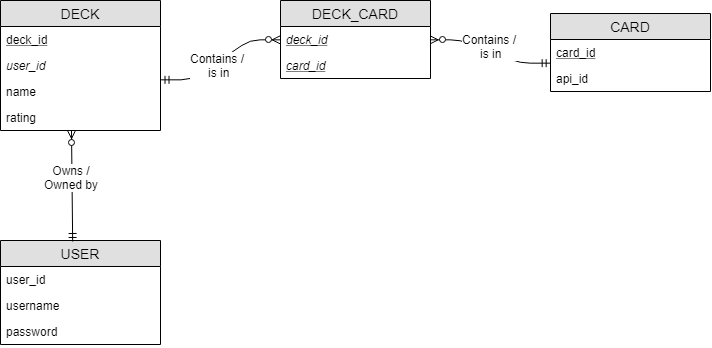
Earlier version of the draw.io export DB Scripts/schema.png (brettephillips/DatabaseAppDevelopment). Source tidied: cells renumbered, new cells last; positions are measured from the earlier drawing's top-left corner, leaving out a move shared by most shapes. The source it was exported from:
```xml
<mxGraphModel>
  <root>
    <mxCell id="0" />
    <mxCell id="1" parent="0" />
    <mxCell id="2" value="DECK" style="swimlane;fontStyle=0;horizontal=1;startSize=26;fillColor=#e0e0e0;swimlaneFillColor=#ffffff;align=center;fontSize=14;" parent="1" vertex="1">
      <mxGeometry width="160" height="130" as="geometry" />
    </mxCell>
    <mxCell id="3" value="deck_id" style="text;strokeColor=none;fillColor=none;spacingLeft=4;spacingRight=4;overflow=hidden;points=[[0,0.5],[1,0.5]];portConstraint=eastwest;fontSize=12;fontStyle=4;" parent="2" vertex="1">
      <mxGeometry y="26" width="160" height="26" as="geometry" />
    </mxCell>
    <mxCell id="4" value="user_id" style="text;strokeColor=none;fillColor=none;spacingLeft=4;spacingRight=4;overflow=hidden;points=[[0,0.5],[1,0.5]];portConstraint=eastwest;fontSize=12;fontStyle=2;" parent="2" vertex="1">
      <mxGeometry y="52" width="160" height="26" as="geometry" />
    </mxCell>
    <mxCell id="5" value="name" style="text;strokeColor=none;fillColor=none;spacingLeft=4;spacingRight=4;overflow=hidden;points=[[0,0.5],[1,0.5]];portConstraint=eastwest;fontSize=12;" parent="2" vertex="1">
      <mxGeometry y="78" width="160" height="26" as="geometry" />
    </mxCell>
    <mxCell id="6" value="rating" style="text;strokeColor=none;fillColor=none;spacingLeft=4;spacingRight=4;overflow=hidden;fontSize=12;" parent="2" vertex="1">
      <mxGeometry y="104" width="160" height="26" as="geometry" />
    </mxCell>
    <mxCell id="7" value="CARD" style="swimlane;fontStyle=0;horizontal=1;startSize=26;fillColor=#e0e0e0;swimlaneFillColor=#ffffff;align=center;fontSize=14;" parent="1" vertex="1">
      <mxGeometry x="550" y="13" width="160" height="78" as="geometry" />
    </mxCell>
    <mxCell id="8" value="card_id" style="text;strokeColor=none;fillColor=none;spacingLeft=4;spacingRight=4;overflow=hidden;points=[[0,0.5],[1,0.5]];portConstraint=eastwest;fontSize=12;fontStyle=4;" parent="7" vertex="1">
      <mxGeometry y="26" width="160" height="26" as="geometry" />
    </mxCell>
    <mxCell id="9" value="api_id" style="text;strokeColor=none;fillColor=none;spacingLeft=4;spacingRight=4;overflow=hidden;fontSize=12;" parent="7" vertex="1">
      <mxGeometry y="52" width="160" height="26" as="geometry" />
    </mxCell>
    <mxCell id="10" style="edgeStyle=entityRelationEdgeStyle;fontSize=12;html=1;endArrow=ERzeroToMany;endFill=1;startArrow=ERmandOne;startFill=0;exitX=1.001;exitY=0.064;exitDx=0;exitDy=0;exitPerimeter=0;entryX=0;entryY=0.5;entryDx=0;entryDy=0;" parent="1" edge="1" source="5" target="13">
      <mxGeometry relative="1" as="geometry" />
    </mxCell>
    <mxCell id="11" value="Contains /&amp;nbsp;&lt;br&gt;is in&lt;br&gt;" style="text;html=1;align=center;verticalAlign=middle;labelBackgroundColor=#ffffff;" parent="10" vertex="1">
      <mxGeometry x="-0.02" y="1" relative="1" as="geometry">
        <mxPoint y="5" as="offset" />
      </mxGeometry>
    </mxCell>
    <mxCell id="12" value="DECK_CARD" style="swimlane;fontStyle=0;horizontal=1;startSize=26;fillColor=#e0e0e0;swimlaneFillColor=#ffffff;align=center;fontSize=14;" parent="1" vertex="1">
      <mxGeometry x="280" width="150" height="78" as="geometry" />
    </mxCell>
    <mxCell id="13" value="deck_id" style="text;strokeColor=none;fillColor=none;spacingLeft=4;spacingRight=4;overflow=hidden;points=[[0,0.5],[1,0.5]];portConstraint=eastwest;fontSize=12;fontStyle=6;" parent="12" vertex="1">
      <mxGeometry y="26" width="150" height="26" as="geometry" />
    </mxCell>
    <mxCell id="14" value="card_id" style="text;strokeColor=none;fillColor=none;spacingLeft=4;spacingRight=4;overflow=hidden;fontSize=12;fontStyle=6;" parent="12" vertex="1">
      <mxGeometry y="52" width="150" height="26" as="geometry" />
    </mxCell>
    <mxCell id="15" value="USER" style="swimlane;fontStyle=0;horizontal=1;startSize=26;fillColor=#e0e0e0;swimlaneFillColor=#ffffff;align=center;fontSize=14;" parent="1" vertex="1">
      <mxGeometry y="240" width="160" height="104" as="geometry" />
    </mxCell>
    <mxCell id="16" value="user_id" style="text;strokeColor=none;fillColor=none;spacingLeft=4;spacingRight=4;overflow=hidden;points=[[0,0.5],[1,0.5]];portConstraint=eastwest;fontSize=12;" parent="15" vertex="1">
      <mxGeometry y="26" width="160" height="26" as="geometry" />
    </mxCell>
    <mxCell id="17" value="username" style="text;strokeColor=none;fillColor=none;spacingLeft=4;spacingRight=4;overflow=hidden;fontSize=12;" parent="15" vertex="1">
      <mxGeometry y="52" width="160" height="26" as="geometry" />
    </mxCell>
    <mxCell id="18" value="password" style="text;strokeColor=none;fillColor=none;spacingLeft=4;spacingRight=4;overflow=hidden;fontSize=12;" parent="15" vertex="1">
      <mxGeometry y="78" width="160" height="26" as="geometry" />
    </mxCell>
    <mxCell id="19" style="endArrow=ERzeroToMany;html=1;exitX=0.45;exitY=0.01;exitDx=0;exitDy=0;exitPerimeter=0;endFill=1;startArrow=ERmandOne;startFill=0;" parent="1" edge="1" source="15">
      <mxGeometry relative="1" as="geometry">
        <mxPoint x="71" y="130" as="targetPoint" />
      </mxGeometry>
    </mxCell>
    <mxCell id="20" value="Owns /&lt;br&gt;Owned by&lt;br&gt;" style="text;html=1;align=center;verticalAlign=middle;labelBackgroundColor=#ffffff;" parent="19" vertex="1">
      <mxGeometry x="0.17" y="1" relative="1" as="geometry" />
    </mxCell>
    <mxCell id="21" style="edgeStyle=entityRelationEdgeStyle;fontSize=12;html=1;endArrow=ERmandOne;startArrow=ERzeroToMany;entryX=-0.001;entryY=0.904;entryDx=0;entryDy=0;entryPerimeter=0;exitX=1;exitY=0.5;exitDx=0;exitDy=0;startFill=1;" parent="1" edge="1" source="13" target="8">
      <mxGeometry relative="1" as="geometry" />
    </mxCell>
    <mxCell id="22" value="Contains /&amp;nbsp;&lt;br&gt;is in&lt;br&gt;" style="text;html=1;align=center;verticalAlign=middle;labelBackgroundColor=#ffffff;" parent="21" vertex="1">
      <mxGeometry x="-0.21" y="2" relative="1" as="geometry">
        <mxPoint x="12.5" y="0.5" as="offset" />
      </mxGeometry>
    </mxCell>
  </root>
</mxGraphModel>
```
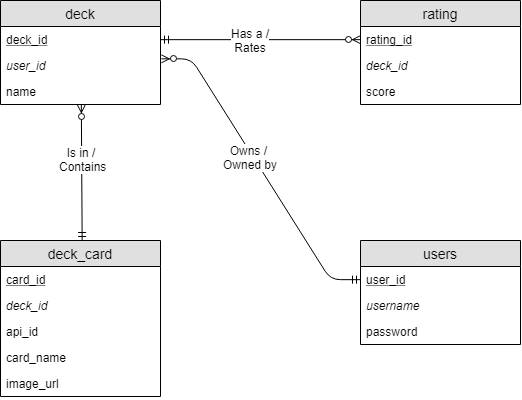
After the commit.

Commit message:
updated schema ERD

What changed in the source:
```diff
@@ -2,74 +2,77 @@
   <root>
     <mxCell id="0" />
     <mxCell id="1" parent="0" />
-    <mxCell id="2" value="DECK" style="swimlane;fontStyle=0;horizontal=1;startSize=26;fillColor=#e0e0e0;swimlaneFillColor=#ffffff;align=center;fontSize=14;" parent="1" vertex="1">
-      <mxGeometry width="160" height="130" as="geometry" />
-    </mxCell>
+    <mxCell id="23" value="deck" style="swimlane;fontStyle=0;horizontal=1;startSize=26;fillColor=#e0e0e0;swimlaneFillColor=#ffffff;align=center;fontSize=14;" parent="1" vertex="1">
+      <mxGeometry x="-10" y="-66" width="160" height="104" as="geometry" />
+    </mxCell>
-    <mxCell id="3" value="deck_id" style="text;strokeColor=none;fillColor=none;spacingLeft=4;spacingRight=4;overflow=hidden;points=[[0,0.5],[1,0.5]];portConstraint=eastwest;fontSize=12;fontStyle=4;" parent="2" vertex="1">
+    <mxCell id="3" value="deck_id" style="text;strokeColor=none;fillColor=none;spacingLeft=4;spacingRight=4;overflow=hidden;points=[[0,0.5],[1,0.5]];portConstraint=eastwest;fontSize=12;fontStyle=4;" parent="23" vertex="1">
       <mxGeometry y="26" width="160" height="26" as="geometry" />
     </mxCell>
-    <mxCell id="4" value="user_id" style="text;strokeColor=none;fillColor=none;spacingLeft=4;spacingRight=4;overflow=hidden;points=[[0,0.5],[1,0.5]];portConstraint=eastwest;fontSize=12;fontStyle=2;" parent="2" vertex="1">
+    <mxCell id="4" value="user_id" style="text;strokeColor=none;fillColor=none;spacingLeft=4;spacingRight=4;overflow=hidden;points=[[0,0.5],[1,0.5]];portConstraint=eastwest;fontSize=12;fontStyle=2;" parent="23" vertex="1">
       <mxGeometry y="52" width="160" height="26" as="geometry" />
     </mxCell>
-    <mxCell id="5" value="name" style="text;strokeColor=none;fillColor=none;spacingLeft=4;spacingRight=4;overflow=hidden;points=[[0,0.5],[1,0.5]];portConstraint=eastwest;fontSize=12;" parent="2" vertex="1">
+    <mxCell id="5" value="name" style="text;strokeColor=none;fillColor=none;spacingLeft=4;spacingRight=4;overflow=hidden;points=[[0,0.5],[1,0.5]];portConstraint=eastwest;fontSize=12;" parent="23" vertex="1">
       <mxGeometry y="78" width="160" height="26" as="geometry" />
     </mxCell>
+    <mxCell id="24" value="deck_card" style="swimlane;fontStyle=0;horizontal=1;startSize=26;fillColor=#e0e0e0;swimlaneFillColor=#ffffff;align=center;fontSize=14;" parent="1" vertex="1">
+      <mxGeometry x="-10" y="174" width="160" height="156" as="geometry" />
+    </mxCell>
+    <mxCell id="8" value="card_id" style="text;strokeColor=none;fillColor=none;spacingLeft=4;spacingRight=4;overflow=hidden;points=[[0,0.5],[1,0.5]];portConstraint=eastwest;fontSize=12;fontStyle=4;" parent="24" vertex="1">
+      <mxGeometry y="26" width="160" height="26" as="geometry" />
+    </mxCell>
+    <mxCell id="25" value="deck_id" style="text;strokeColor=none;fillColor=none;spacingLeft=4;spacingRight=4;overflow=hidden;fontSize=12;fontStyle=2;" parent="24" vertex="1">
+      <mxGeometry y="52" width="160" height="26" as="geometry" />
+    </mxCell>
+    <mxCell id="9" value="api_id" style="text;strokeColor=none;fillColor=none;spacingLeft=4;spacingRight=4;overflow=hidden;fontSize=12;" parent="24" vertex="1">
+      <mxGeometry y="78" width="160" height="26" as="geometry" />
+    </mxCell>
+    <mxCell id="26" value="card_name" style="text;strokeColor=none;fillColor=none;spacingLeft=4;spacingRight=4;overflow=hidden;fontSize=12;" parent="24" vertex="1">
+      <mxGeometry y="104" width="160" height="26" as="geometry" />
+    </mxCell>
+    <mxCell id="27" value="image_url" style="text;strokeColor=none;fillColor=none;spacingLeft=4;spacingRight=4;overflow=hidden;fontSize=12;" parent="24" vertex="1">
+      <mxGeometry y="130" width="160" height="26" as="geometry" />
+    </mxCell>
-    <mxCell id="6" value="rating" style="text;strokeColor=none;fillColor=none;spacingLeft=4;spacingRight=4;overflow=hidden;fontSize=12;" parent="2" vertex="1">
-      <mxGeometry y="104" width="160" height="26" as="geometry" />
+    <mxCell id="6" value="rating" style="swimlane;fontStyle=0;horizontal=1;startSize=26;fillColor=#e0e0e0;swimlaneFillColor=#ffffff;align=center;fontSize=14;" parent="1" vertex="1">
+      <mxGeometry x="350" y="-66" width="160" height="104" as="geometry" />
     </mxCell>
-    <mxCell id="7" value="CARD" style="swimlane;fontStyle=0;horizontal=1;startSize=26;fillColor=#e0e0e0;swimlaneFillColor=#ffffff;align=center;fontSize=14;" parent="1" vertex="1">
-      <mxGeometry x="550" y="13" width="160" height="78" as="geometry" />
-    </mxCell>
-    <mxCell id="8" value="card_id" style="text;strokeColor=none;fillColor=none;spacingLeft=4;spacingRight=4;overflow=hidden;points=[[0,0.5],[1,0.5]];portConstraint=eastwest;fontSize=12;fontStyle=4;" parent="7" vertex="1">
-      <mxGeometry y="26" width="160" height="26" as="geometry" />
-    </mxCell>
-    <mxCell id="9" value="api_id" style="text;strokeColor=none;fillColor=none;spacingLeft=4;spacingRight=4;overflow=hidden;fontSize=12;" parent="7" vertex="1">
-      <mxGeometry y="52" width="160" height="26" as="geometry" />
-    </mxCell>
-    <mxCell id="10" style="edgeStyle=entityRelationEdgeStyle;fontSize=12;html=1;endArrow=ERzeroToMany;endFill=1;startArrow=ERmandOne;startFill=0;exitX=1.001;exitY=0.064;exitDx=0;exitDy=0;exitPerimeter=0;entryX=0;entryY=0.5;entryDx=0;entryDy=0;" parent="1" edge="1" source="5" target="13">
-      <mxGeometry relative="1" as="geometry" />
-    </mxCell>
-    <mxCell id="11" value="Contains /&amp;nbsp;&lt;br&gt;is in&lt;br&gt;" style="text;html=1;align=center;verticalAlign=middle;labelBackgroundColor=#ffffff;" parent="10" vertex="1">
-      <mxGeometry x="-0.02" y="1" relative="1" as="geometry">
-        <mxPoint y="5" as="offset" />
-      </mxGeometry>
-    </mxCell>
-    <mxCell id="12" value="DECK_CARD" style="swimlane;fontStyle=0;horizontal=1;startSize=26;fillColor=#e0e0e0;swimlaneFillColor=#ffffff;align=center;fontSize=14;" parent="1" vertex="1">
-      <mxGeometry x="280" width="150" height="78" as="geometry" />
-    </mxCell>
-    <mxCell id="13" value="deck_id" style="text;strokeColor=none;fillColor=none;spacingLeft=4;spacingRight=4;overflow=hidden;points=[[0,0.5],[1,0.5]];portConstraint=eastwest;fontSize=12;fontStyle=6;" parent="12" vertex="1">
-      <mxGeometry y="26" width="150" height="26" as="geometry" />
-    </mxCell>
-    <mxCell id="14" value="card_id" style="text;strokeColor=none;fillColor=none;spacingLeft=4;spacingRight=4;overflow=hidden;fontSize=12;fontStyle=6;" parent="12" vertex="1">
-      <mxGeometry y="52" width="150" height="26" as="geometry" />
-    </mxCell>
-    <mxCell id="15" value="USER" style="swimlane;fontStyle=0;horizontal=1;startSize=26;fillColor=#e0e0e0;swimlaneFillColor=#ffffff;align=center;fontSize=14;" parent="1" vertex="1">
-      <mxGeometry y="240" width="160" height="104" as="geometry" />
-    </mxCell>
+    <mxCell id="28" value="rating_id" style="text;strokeColor=none;fillColor=none;spacingLeft=4;spacingRight=4;overflow=hidden;points=[[0,0.5],[1,0.5]];portConstraint=eastwest;fontSize=12;fontStyle=4;" parent="6" vertex="1">
+      <mxGeometry y="26" width="160" height="26" as="geometry" />
+    </mxCell>
+    <mxCell id="29" value="deck_id" style="text;strokeColor=none;fillColor=none;spacingLeft=4;spacingRight=4;overflow=hidden;fontSize=12;fontStyle=2;" parent="6" vertex="1">
+      <mxGeometry y="52" width="160" height="26" as="geometry" />
+    </mxCell>
+    <mxCell id="30" value="score" style="text;strokeColor=none;fillColor=none;spacingLeft=4;spacingRight=4;overflow=hidden;fontSize=12;" parent="6" vertex="1">
+      <mxGeometry y="78" width="160" height="26" as="geometry" />
+    </mxCell>
+    <mxCell id="31" value="users" style="swimlane;fontStyle=0;horizontal=1;startSize=26;fillColor=#e0e0e0;swimlaneFillColor=#ffffff;align=center;fontSize=14;" parent="1" vertex="1">
+      <mxGeometry x="350" y="174" width="160" height="104" as="geometry" />
+    </mxCell>
-    <mxCell id="16" value="user_id" style="text;strokeColor=none;fillColor=none;spacingLeft=4;spacingRight=4;overflow=hidden;points=[[0,0.5],[1,0.5]];portConstraint=eastwest;fontSize=12;" parent="15" vertex="1">
+    <mxCell id="16" value="user_id" style="text;strokeColor=none;fillColor=none;spacingLeft=4;spacingRight=4;overflow=hidden;points=[[0,0.5],[1,0.5]];portConstraint=eastwest;fontSize=12;fontStyle=4;" parent="31" vertex="1">
       <mxGeometry y="26" width="160" height="26" as="geometry" />
     </mxCell>
-    <mxCell id="17" value="username" style="text;strokeColor=none;fillColor=none;spacingLeft=4;spacingRight=4;overflow=hidden;fontSize=12;" parent="15" vertex="1">
+    <mxCell id="17" value="username" style="text;strokeColor=none;fillColor=none;spacingLeft=4;spacingRight=4;overflow=hidden;fontSize=12;fontStyle=2;" parent="31" vertex="1">
       <mxGeometry y="52" width="160" height="26" as="geometry" />
     </mxCell>
-    <mxCell id="18" value="password" style="text;strokeColor=none;fillColor=none;spacingLeft=4;spacingRight=4;overflow=hidden;fontSize=12;" parent="15" vertex="1">
+    <mxCell id="18" value="password" style="text;strokeColor=none;fillColor=none;spacingLeft=4;spacingRight=4;overflow=hidden;fontSize=12;" parent="31" vertex="1">
       <mxGeometry y="78" width="160" height="26" as="geometry" />
     </mxCell>
-    <mxCell id="19" style="endArrow=ERzeroToMany;html=1;exitX=0.45;exitY=0.01;exitDx=0;exitDy=0;exitPerimeter=0;endFill=1;startArrow=ERmandOne;startFill=0;" parent="1" edge="1" source="15">
-      <mxGeometry relative="1" as="geometry">
-        <mxPoint x="71" y="130" as="targetPoint" />
-      </mxGeometry>
-    </mxCell>
+    <mxCell id="32" style="fontSize=12;html=1;endArrow=ERzeroToMany;startArrow=ERmandOne;exitX=0.509;exitY=-0.001;exitDx=0;exitDy=0;exitPerimeter=0;entryX=0.507;entryY=0.993;entryDx=0;entryDy=0;entryPerimeter=0;" parent="1" edge="1" source="24" target="5">
+      <mxGeometry relative="1" as="geometry" />
+    </mxCell>
+    <mxCell id="33" value="Is in /&amp;nbsp;&lt;br&gt;Contains&lt;br&gt;" style="text;html=1;align=center;verticalAlign=middle;labelBackgroundColor=#ffffff;" parent="32" vertex="1">
+      <mxGeometry x="0.2" y="-1" relative="1" as="geometry" />
+    </mxCell>
+    <mxCell id="34" style="fontSize=12;html=1;endArrow=ERzeroToMany;startArrow=ERmandOne;entryX=0;entryY=0.5;entryDx=0;entryDy=0;exitX=1;exitY=0.5;exitDx=0;exitDy=0;" parent="1" edge="1" source="3" target="28">
+      <mxGeometry relative="1" as="geometry" />
+    </mxCell>
+    <mxCell id="35" value="Has a /&lt;br&gt;Rates&lt;br&gt;" style="text;html=1;align=center;verticalAlign=middle;labelBackgroundColor=#ffffff;" parent="34" vertex="1">
+      <mxGeometry x="-0.11" relative="1" as="geometry" />
+    </mxCell>
+    <mxCell id="36" style="edgeStyle=entityRelationEdgeStyle;fontSize=12;html=1;endArrow=ERmandOne;startArrow=ERzeroToMany;entryX=0;entryY=0.5;entryDx=0;entryDy=0;exitX=1.003;exitY=0.239;exitDx=0;exitDy=0;exitPerimeter=0;startFill=1;endFill=0;" parent="1" edge="1" source="4" target="16">
+      <mxGeometry relative="1" as="geometry" />
+    </mxCell>
-    <mxCell id="20" value="Owns /&lt;br&gt;Owned by&lt;br&gt;" style="text;html=1;align=center;verticalAlign=middle;labelBackgroundColor=#ffffff;" parent="19" vertex="1">
-      <mxGeometry x="0.17" y="1" relative="1" as="geometry" />
+    <mxCell id="20" value="Owns /&amp;nbsp;&lt;br&gt;Owned by" style="text;html=1;align=center;verticalAlign=middle;labelBackgroundColor=#ffffff;" parent="36" vertex="1">
+      <mxGeometry x="-0.1" y="-3" relative="1" as="geometry" />
     </mxCell>
-    <mxCell id="21" style="edgeStyle=entityRelationEdgeStyle;fontSize=12;html=1;endArrow=ERmandOne;startArrow=ERzeroToMany;entryX=-0.001;entryY=0.904;entryDx=0;entryDy=0;entryPerimeter=0;exitX=1;exitY=0.5;exitDx=0;exitDy=0;startFill=1;" parent="1" edge="1" source="13" target="8">
-      <mxGeometry relative="1" as="geometry" />
-    </mxCell>
-    <mxCell id="22" value="Contains /&amp;nbsp;&lt;br&gt;is in&lt;br&gt;" style="text;html=1;align=center;verticalAlign=middle;labelBackgroundColor=#ffffff;" parent="21" vertex="1">
-      <mxGeometry x="-0.21" y="2" relative="1" as="geometry">
-        <mxPoint x="12.5" y="0.5" as="offset" />
-      </mxGeometry>
-    </mxCell>
   </root>
 </mxGraphModel>
```
